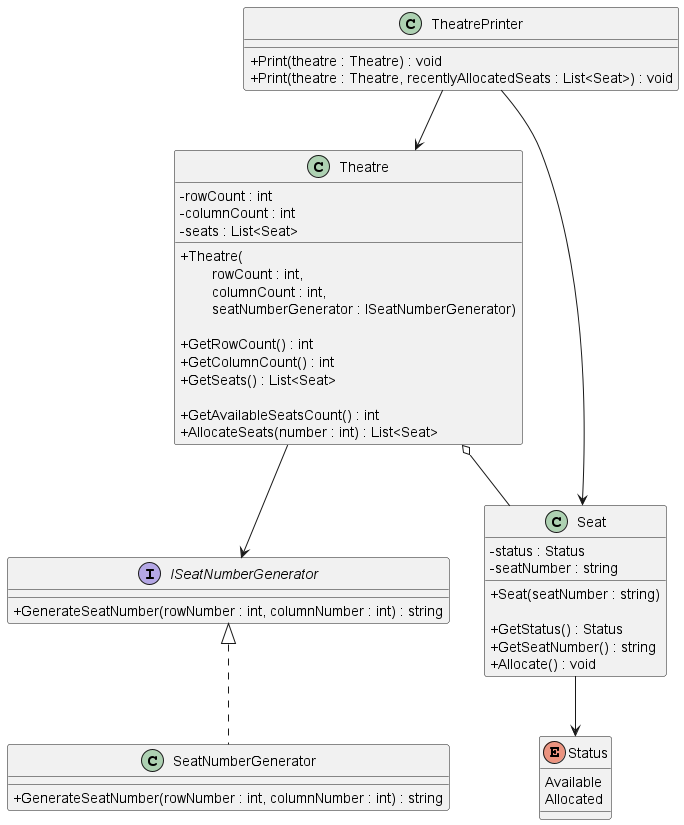
Earlier version of the PlantUML export diagrams/cinnamon cinemas.png (iamfranco/CinnamonCinemasChallenge).
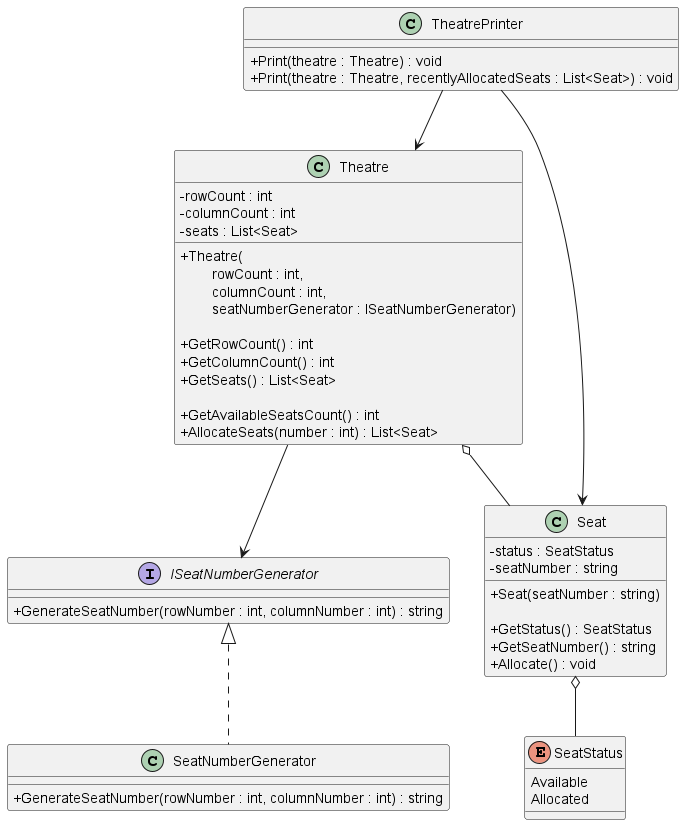
After the commit.

Commit message:
UML: rename Status enum to SeatStatus

Change to the diagram source:
```diff
@@ -30,17 +30,17 @@
 }
 
 class Seat {
-    - status : Status
+    - status : SeatStatus
     - seatNumber : string
 
     + Seat(seatNumber : string)
 
-    + GetStatus() : Status
+    + GetStatus() : SeatStatus
     + GetSeatNumber() : string
     + Allocate() : void
 }
 
-Enum Status {
+Enum SeatStatus {
     Available
     Allocated
 }
@@ -53,6 +53,6 @@
 
 ISeatNumberGenerator <|.. SeatNumberGenerator
 
-Seat --> Status
+Seat o-- SeatStatus
 
 @enduml
```
